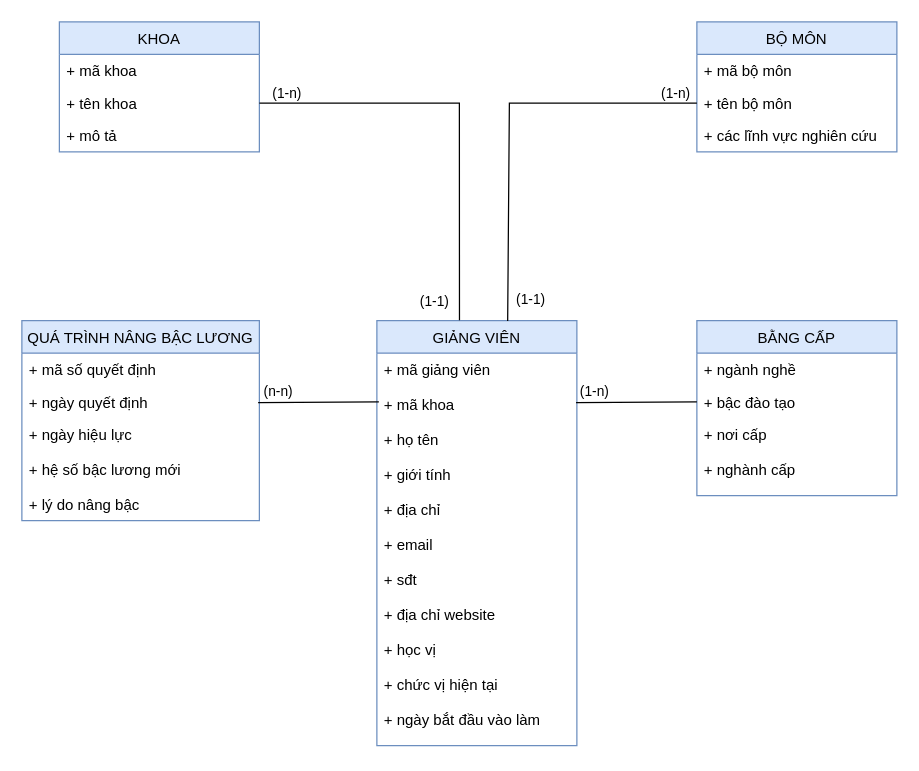
This is baikiemtraso1.drawio from VanThiKimKhanh1203/CSDL---2022, a draw.io file, before an edit. Source tidied: cells renumbered, new cells numbered last; positions are measured from the earlier drawing's top-left corner, leaving out a move shared by most shapes. Both pictures are drawn from the tidied source at 125%, with x=0, y=0 at pixel (21, 21).
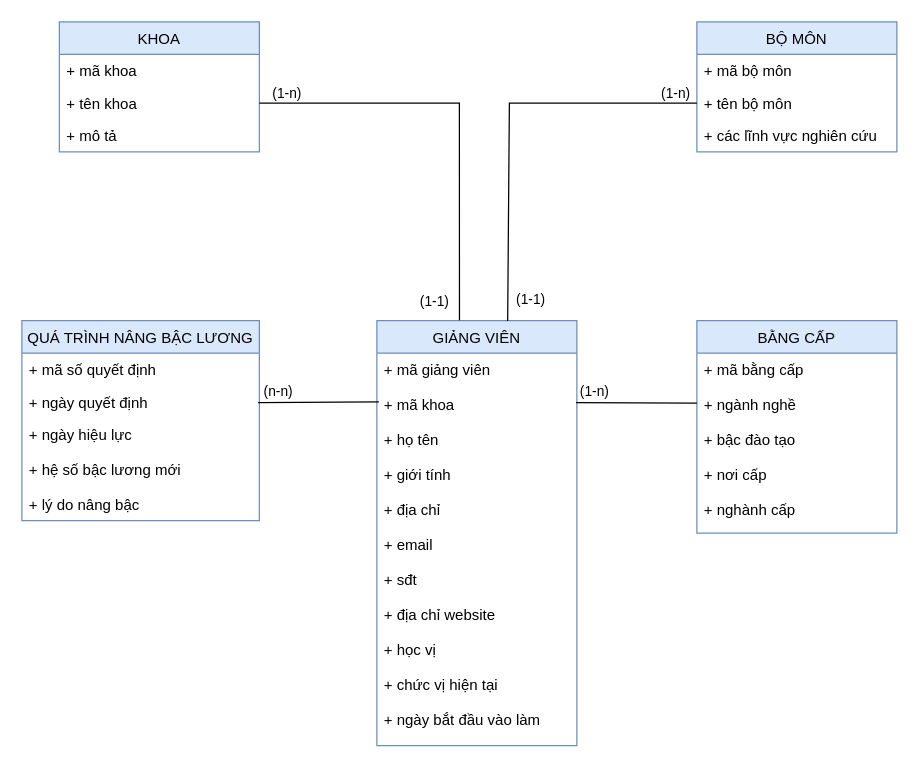
The same diagram, later.

The change refers to these unchanged cells:
```xml
<mxCell id="15" value="+ mã giảng viên&#10;&#10;+ mã khoa&#10;&#10;+ họ tên&#10;&#10;+ giới tính&#10;&#10;+ địa chỉ&#10;&#10;+ email&#10;&#10;+ sđt&#10;&#10;+ địa chỉ website&#10;&#10;+ học vị&#10;&#10;+ chức vị hiện tại&#10;&#10;+ ngày bắt đầu vào làm" style="text;strokeColor=none;fillColor=none;align=left;verticalAlign=top;spacingLeft=4;spacingRight=4;overflow=hidden;points=[[0,0.5],[1,0.5]];portConstraint=eastwest;" parent="14" vertex="1">
  <mxGeometry y="26" width="160" height="314" as="geometry" />
</mxCell>
```

The edit, as a diff of the source:
```diff
@@
     <mxCell id="16" value="BẰNG CẤP" style="swimlane;fontStyle=0;horizontal=1;startSize=26;fillColor=#dae8fc;strokeColor=#6c8ebf;" parent="1" vertex="1">
-      <mxGeometry x="540" y="239" width="160" height="140" as="geometry" />
+      <mxGeometry x="540" y="239" width="160" height="170" as="geometry" />
     </mxCell>
-    <mxCell id="17" value="+ ngành nghề" style="text;strokeColor=none;fillColor=none;align=left;verticalAlign=top;spacingLeft=4;spacingRight=4;overflow=hidden;" parent="16" vertex="1">
-      <mxGeometry y="26" width="160" height="26" as="geometry" />
-    </mxCell>
-    <mxCell id="18" value="+ bậc đào tạo" style="text;strokeColor=none;fillColor=none;align=left;verticalAlign=top;spacingLeft=4;spacingRight=4;overflow=hidden;points=[[0,0.5],[1,0.5]];portConstraint=eastwest;" parent="16" vertex="1">
-      <mxGeometry y="52" width="160" height="26" as="geometry" />
-    </mxCell>
-    <mxCell id="19" value="+ nơi cấp&#10;&#10;+ nghành cấp" style="text;strokeColor=none;fillColor=none;align=left;verticalAlign=top;spacingLeft=4;spacingRight=4;overflow=hidden;" parent="16" vertex="1">
-      <mxGeometry y="78" width="160" height="62" as="geometry" />
+    <mxCell id="19" value="+ mã bằng cấp&#10;&#10;+ ngành nghề&#10;&#10;+ bậc đào tạo&#10;&#10;+ nơi cấp&#10;&#10;+ nghành cấp" style="text;strokeColor=none;fillColor=none;align=left;verticalAlign=top;spacingLeft=4;spacingRight=4;overflow=hidden;" parent="16" vertex="1">
+      <mxGeometry y="26" width="160" height="144" as="geometry" />
     </mxCell>
@@
-    <mxCell id="26" style="endArrow=none;html=1;rounded=0;entryX=0;entryY=0.5;entryDx=0;entryDy=0;exitX=0.996;exitY=0.126;exitDx=0;exitDy=0;exitPerimeter=0;" parent="1" edge="1" source="15" target="18">
-      <mxGeometry relative="1" as="geometry" />
+    <mxCell id="26" style="endArrow=none;html=1;rounded=0;exitX=0.996;exitY=0.126;exitDx=0;exitDy=0;exitPerimeter=0;" parent="1" edge="1" source="15">
+      <mxGeometry relative="1" as="geometry">
+        <mxPoint x="540" y="305" as="targetPoint" />
+      </mxGeometry>
     </mxCell>
```
